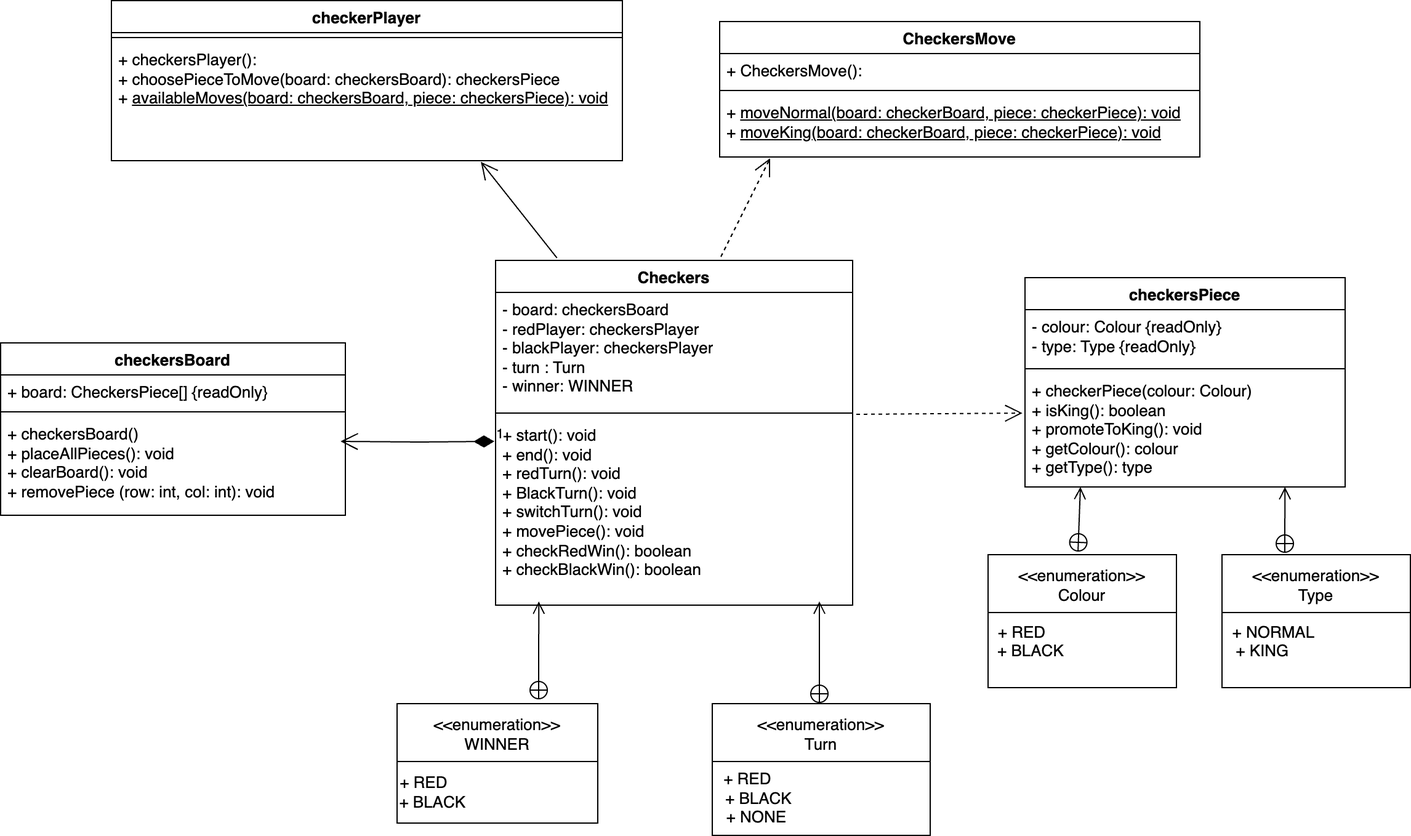
The draw.io diagram iteration1_deliverables/class_structure_diagrams/checkers_class_diagram.png in SarimEkram/Multiplayer-Board-platform, before a commit. Source tidied: cells renumbered, new cells last; positions are measured from the earlier drawing's top-left corner, leaving out a move shared by most shapes.
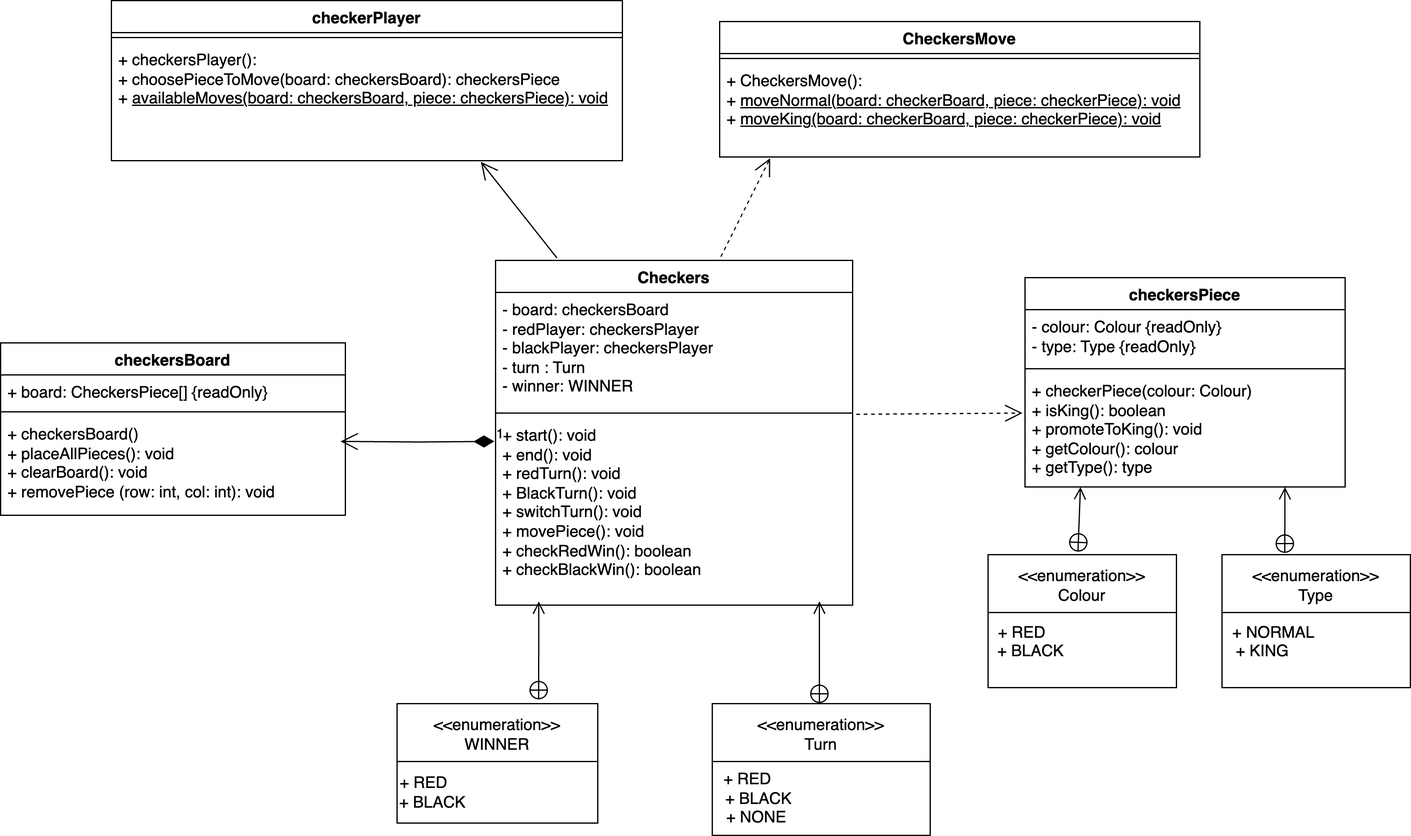
After the change.

Commit message:
minor changes the checkers class diagram

The edit, as a diff of the source:
```diff
@@ -60,14 +60,11 @@
     <mxCell id="19" value="&lt;font style=&quot;font-size: 13px;&quot;&gt;CheckersMove&lt;/font&gt;" style="swimlane;fontStyle=1;align=center;verticalAlign=top;horizontal=1;startSize=26;whiteSpace=wrap;html=1;" parent="1" vertex="1">
       <mxGeometry x="584" y="17" width="390" height="110" as="geometry" />
     </mxCell>
-    <mxCell id="20" value="&lt;font style=&quot;font-size: 13px;&quot;&gt;+ CheckersMove():&lt;/font&gt;" style="text;strokeColor=none;fillColor=none;align=left;verticalAlign=top;spacingLeft=4;spacingRight=4;overflow=hidden;whiteSpace=wrap;html=1;" parent="19" vertex="1">
-      <mxGeometry y="26" width="390" height="26" as="geometry" />
-    </mxCell>
     <mxCell id="21" style="line;strokeWidth=1;fillColor=none;align=left;verticalAlign=middle;spacingTop=-1;spacingLeft=3;spacingRight=3;labelPosition=right;strokeColor=inherit;" parent="19" vertex="1">
-      <mxGeometry y="52" width="390" height="8" as="geometry" />
+      <mxGeometry y="26" width="390" height="8" as="geometry" />
     </mxCell>
-    <mxCell id="22" value="&lt;div&gt;&lt;font style=&quot;font-size: 13px;&quot;&gt;&lt;span style=&quot;background-color: transparent; color: light-dark(rgb(0, 0, 0), rgb(255, 255, 255));&quot;&gt;+&amp;nbsp;&lt;/span&gt;&lt;u style=&quot;background-color: transparent; color: light-dark(rgb(0, 0, 0), rgb(255, 255, 255));&quot;&gt;moveNormal(board: checkerBoard, piece: checkerPiece): void&lt;/u&gt;&lt;/font&gt;&lt;/div&gt;&lt;div&gt;&lt;font style=&quot;font-size: 13px;&quot;&gt;+&amp;nbsp;&lt;u&gt;moveKing(board: checkerBoard, piece: checkerPiece): void&lt;/u&gt;&lt;/font&gt;&lt;/div&gt;" style="text;strokeColor=none;fillColor=none;align=left;verticalAlign=top;spacingLeft=4;spacingRight=4;overflow=hidden;whiteSpace=wrap;html=1;" parent="19" vertex="1">
-      <mxGeometry y="60" width="390" height="50" as="geometry" />
+    <mxCell id="22" value="&lt;div&gt;&lt;font style=&quot;font-size: 13px;&quot;&gt;&lt;span style=&quot;background-color: transparent; color: light-dark(rgb(0, 0, 0), rgb(255, 255, 255));&quot;&gt;+&lt;/span&gt;&lt;/font&gt;&lt;span style=&quot;font-size: 13px; background-color: transparent; color: light-dark(rgb(0, 0, 0), rgb(255, 255, 255));&quot;&gt;&amp;nbsp;CheckersMove():&lt;/span&gt;&lt;/div&gt;&lt;div&gt;&lt;font style=&quot;font-size: 13px;&quot;&gt;&lt;span style=&quot;background-color: transparent; color: light-dark(rgb(0, 0, 0), rgb(255, 255, 255));&quot;&gt;+&amp;nbsp;&lt;/span&gt;&lt;u style=&quot;background-color: transparent; color: light-dark(rgb(0, 0, 0), rgb(255, 255, 255));&quot;&gt;moveNormal(board: checkerBoard, piece: checkerPiece): void&lt;/u&gt;&lt;/font&gt;&lt;/div&gt;&lt;div&gt;&lt;font style=&quot;font-size: 13px;&quot;&gt;+&amp;nbsp;&lt;u&gt;moveKing(board: checkerBoard, piece: checkerPiece): void&lt;/u&gt;&lt;/font&gt;&lt;/div&gt;" style="text;strokeColor=none;fillColor=none;align=left;verticalAlign=top;spacingLeft=4;spacingRight=4;overflow=hidden;whiteSpace=wrap;html=1;" parent="19" vertex="1">
+      <mxGeometry y="34" width="390" height="76" as="geometry" />
     </mxCell>
     <mxCell id="23" value="&lt;font style=&quot;font-size: 13px;&quot;&gt;&amp;lt;&amp;lt;enumeration&amp;gt;&amp;gt;&lt;/font&gt;&lt;div&gt;&lt;font style=&quot;font-size: 13px;&quot;&gt;Colour&lt;/font&gt;&lt;/div&gt;" style="rounded=0;whiteSpace=wrap;html=1;" parent="1" vertex="1">
       <mxGeometry x="802" y="450" width="153" height="50" as="geometry" />
```
